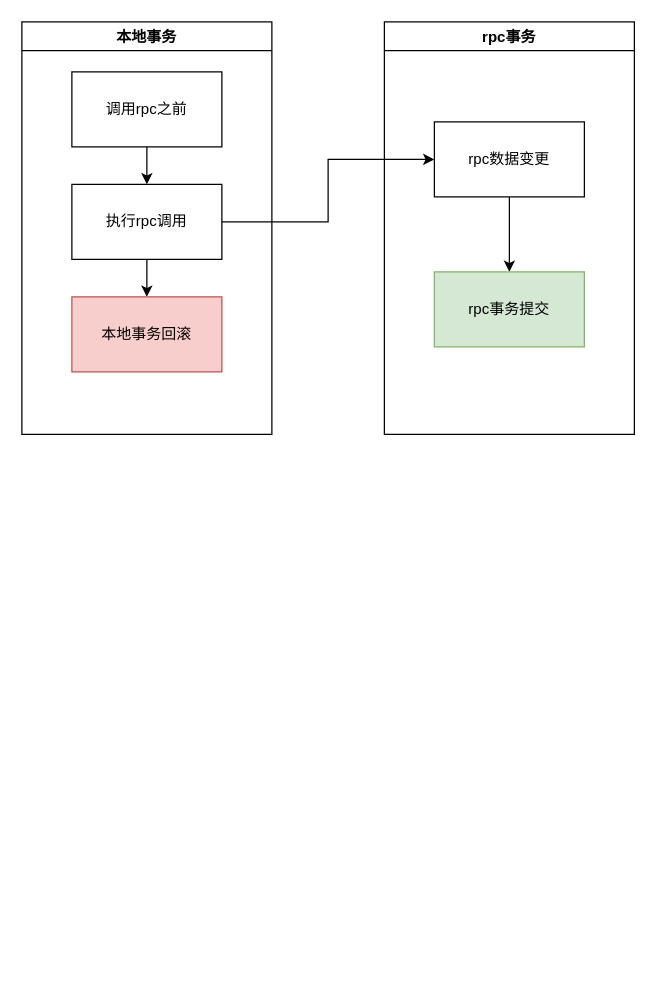
Above: 行为数据和事务数据.drawio in catface996/images (draw.io), before the change. Source tidied: cells renumbered, new cells numbered last; positions are measured from the earlier drawing's top-left corner, leaving out a move shared by most shapes. Both pictures are drawn from the tidied source at 125%, with x=0, y=0 at pixel (21, 21).
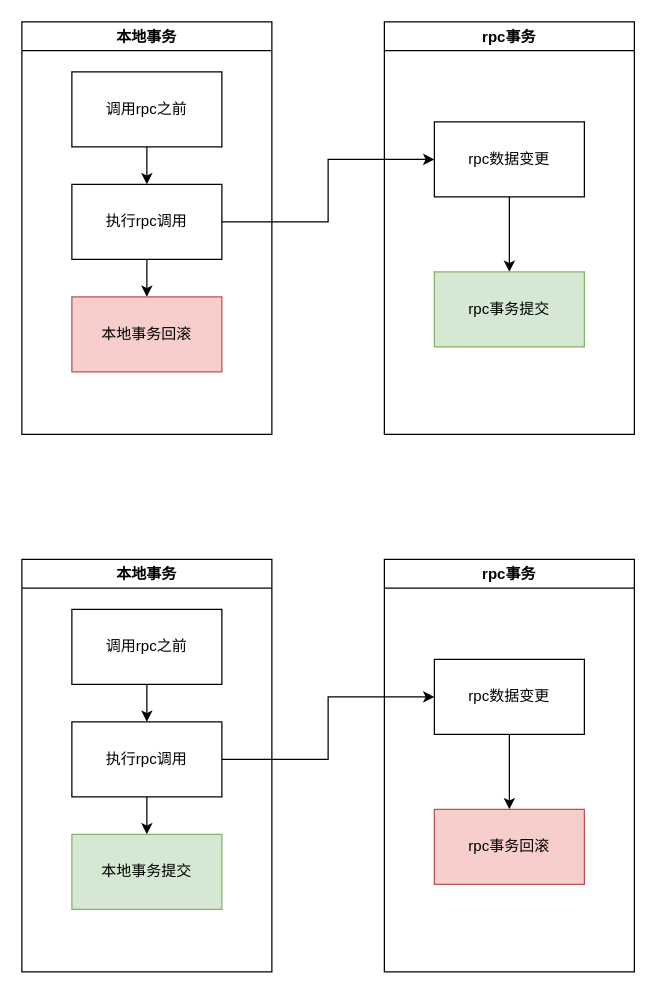
The same diagram, later.

Commit message (it also covers changes not shown here):
更新行为数据和事务数据.drawio

What changed in the source:
```diff
@@
+    <mxCell id="13" value="本地事务" style="swimlane;" parent="1" vertex="1">
+      <mxGeometry y="430" width="200" height="330" as="geometry" />
+    </mxCell>
+    <mxCell id="14" style="edgeStyle=orthogonalEdgeStyle;rounded=0;jettySize=auto;html=1;entryX=0.5;entryY=0;entryDx=0;entryDy=0;" parent="13" edge="1" source="15" target="17">
+      <mxGeometry relative="1" as="geometry" />
+    </mxCell>
+    <mxCell id="15" value="调用rpc之前" style="rounded=0;whiteSpace=wrap;html=1;" parent="13" vertex="1">
+      <mxGeometry x="40" y="40" width="120" height="60" as="geometry" />
+    </mxCell>
+    <mxCell id="16" style="edgeStyle=orthogonalEdgeStyle;rounded=0;jettySize=auto;html=1;entryX=0.5;entryY=0;entryDx=0;entryDy=0;" parent="13" edge="1" source="17" target="18">
+      <mxGeometry relative="1" as="geometry" />
+    </mxCell>
+    <mxCell id="17" value="执行rpc调用" style="rounded=0;whiteSpace=wrap;html=1;" parent="13" vertex="1">
+      <mxGeometry x="40" y="130" width="120" height="60" as="geometry" />
+    </mxCell>
+    <mxCell id="18" value="本地事务提交" style="rounded=0;whiteSpace=wrap;html=1;fillColor=#d5e8d4;strokeColor=#82b366;" parent="13" vertex="1">
+      <mxGeometry x="40" y="220" width="120" height="60" as="geometry" />
+    </mxCell>
+    <mxCell id="19" value="rpc事务" style="swimlane;" parent="1" vertex="1">
+      <mxGeometry x="290" y="430" width="200" height="330" as="geometry" />
+    </mxCell>
+    <mxCell id="20" style="edgeStyle=orthogonalEdgeStyle;rounded=0;jettySize=auto;html=1;entryX=0.5;entryY=0;entryDx=0;entryDy=0;" parent="19" edge="1" source="21" target="22">
+      <mxGeometry relative="1" as="geometry" />
+    </mxCell>
+    <mxCell id="21" value="rpc数据变更" style="rounded=0;whiteSpace=wrap;html=1;" parent="19" vertex="1">
+      <mxGeometry x="40" y="80" width="120" height="60" as="geometry" />
+    </mxCell>
+    <mxCell id="22" value="rpc事务回滚" style="rounded=0;whiteSpace=wrap;html=1;fillColor=#f8cecc;strokeColor=#b85450;" parent="19" vertex="1">
+      <mxGeometry x="40" y="200" width="120" height="60" as="geometry" />
+    </mxCell>
+    <mxCell id="23" style="edgeStyle=orthogonalEdgeStyle;rounded=0;jettySize=auto;html=1;entryX=0;entryY=0.5;entryDx=0;entryDy=0;" parent="1" edge="1" source="17" target="21">
+      <mxGeometry relative="1" as="geometry" />
+    </mxCell>
```
